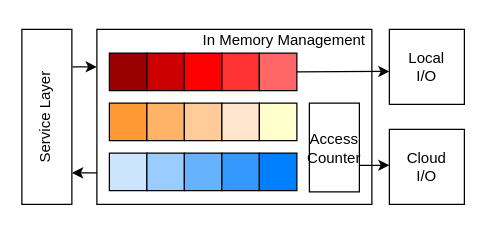
linqinluli/picture_draw keeps this draw.io diagram as 3m_paper/in_memory_management.drawio. Above is the earlier version. Source tidied: cells renumbered, new cells numbered last; positions are measured from the earlier drawing's top-left corner, leaving out a move shared by most shapes. Both pictures are drawn from the tidied source at 125%, with x=0, y=0 at pixel (21, 21).
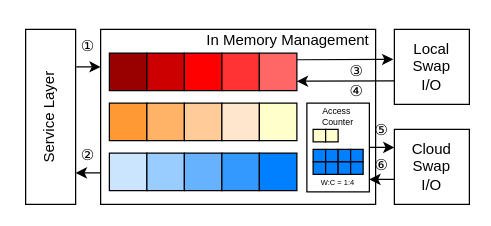
The same diagram, later.

The change refers to these unchanged cells:
```xml
<mxCell id="8" style="rounded=0;whiteSpace=wrap;html=1;fillColor=#FF6666;" parent="1" vertex="1">
  <mxGeometry x="190" y="25" width="30" height="30" as="geometry" />
</mxCell>
```

The edit, as a diff of the source:
```diff
@@
     <mxCell id="2" value="Service Layer" style="rounded=0;whiteSpace=wrap;html=1;textDirection=vertical-rl;rotation=-180;" parent="1" vertex="1">
-      <mxGeometry y="6" width="40" height="140" as="geometry" />
+      <mxGeometry x="3" y="6" width="40" height="140" as="geometry" />
     </mxCell>
     <mxCell id="3" style="rounded=0;whiteSpace=wrap;html=1;" parent="1" vertex="1">
-      <mxGeometry x="60" y="6" width="220" height="140" as="geometry" />
+      <mxGeometry x="63" y="6" width="220" height="140" as="geometry" />
     </mxCell>
@@
     <mxCell id="19" value="In Memory Management" style="text;html=1;align=center;verticalAlign=middle;whiteSpace=wrap;rounded=0;" parent="1" vertex="1">
-      <mxGeometry x="140" width="140" height="30" as="geometry" />
+      <mxGeometry x="143" width="140" height="30" as="geometry" />
     </mxCell>
     <mxCell id="20" style="rounded=0;whiteSpace=wrap;html=1;" parent="1" vertex="1">
-      <mxGeometry x="230" y="65" width="40" height="71" as="geometry" />
+      <mxGeometry x="228" y="65" width="50" height="71" as="geometry" />
     </mxCell>
-    <mxCell id="21" value="Access Counter" style="text;html=1;align=center;verticalAlign=middle;whiteSpace=wrap;rounded=0;" parent="1" vertex="1">
-      <mxGeometry x="220" y="85.5" width="60" height="30" as="geometry" />
+    <mxCell id="21" value="Access&amp;nbsp;&lt;div&gt;Counter&lt;/div&gt;" style="text;html=1;align=center;verticalAlign=middle;whiteSpace=wrap;rounded=0;fontSize=7;" parent="1" vertex="1">
+      <mxGeometry x="223" y="61" width="60" height="30" as="geometry" />
     </mxCell>
-    <mxCell id="22" value="Local&lt;div&gt;I/O&lt;/div&gt;" style="rounded=0;whiteSpace=wrap;html=1;" parent="1" vertex="1">
-      <mxGeometry x="294" y="6" width="60" height="60" as="geometry" />
+    <mxCell id="22" value="Local&lt;div&gt;Swap&lt;br&gt;&lt;div&gt;I/O&lt;/div&gt;&lt;/div&gt;" style="rounded=0;whiteSpace=wrap;html=1;" parent="1" vertex="1">
+      <mxGeometry x="298" y="6" width="60" height="60" as="geometry" />
     </mxCell>
-    <mxCell id="23" value="Cloud&lt;div&gt;I/O&lt;/div&gt;" style="rounded=0;whiteSpace=wrap;html=1;" parent="1" vertex="1">
-      <mxGeometry x="294" y="86" width="60" height="60" as="geometry" />
+    <mxCell id="23" value="Cloud&lt;div&gt;Swap&lt;br&gt;&lt;div&gt;I/O&lt;/div&gt;&lt;/div&gt;" style="rounded=0;whiteSpace=wrap;html=1;" parent="1" vertex="1">
+      <mxGeometry x="298" y="86" width="60" height="60" as="geometry" />
     </mxCell>
     <mxCell id="24" style="endArrow=classic;html=1;rounded=0;exitX=-0.011;exitY=0.786;exitDx=0;exitDy=0;exitPerimeter=0;" parent="1" edge="1" source="2">
       <mxGeometry relative="1" as="geometry">
-        <mxPoint x="60" y="36" as="targetPoint" />
+        <mxPoint x="63" y="36" as="targetPoint" />
       </mxGeometry>
     </mxCell>
@@
-    <mxCell id="26" style="endArrow=classic;html=1;rounded=0;entryX=0.001;entryY=0.561;entryDx=0;entryDy=0;exitX=1;exitY=0.5;exitDx=0;exitDy=0;entryPerimeter=0;" parent="1" edge="1" source="8" target="22">
-      <mxGeometry relative="1" as="geometry" />
+    <mxCell id="26" style="endArrow=classic;html=1;rounded=0;entryX=0.001;entryY=0.561;entryDx=0;entryDy=0;exitX=1;exitY=0.5;exitDx=0;exitDy=0;entryPerimeter=0;" parent="1" edge="1">
+      <mxGeometry relative="1" as="geometry">
+        <mxPoint x="220" y="30.3" as="sourcePoint" />
+        <mxPoint x="297.1" y="30" as="targetPoint" />
+      </mxGeometry>
     </mxCell>
-    <mxCell id="27" style="endArrow=classic;html=1;rounded=0;entryX=0.001;entryY=0.479;entryDx=0;entryDy=0;exitX=0.841;exitY=0.974;exitDx=0;exitDy=0;entryPerimeter=0;exitPerimeter=0;" parent="1" edge="1" source="21" target="23">
-      <mxGeometry relative="1" as="geometry" />
+    <mxCell id="27" style="endArrow=classic;html=1;rounded=0;" parent="1" edge="1">
+      <mxGeometry relative="1" as="geometry">
+        <mxPoint x="278" y="100.4" as="sourcePoint" />
+        <mxPoint x="298" y="100.4" as="targetPoint" />
+      </mxGeometry>
     </mxCell>
+    <mxCell id="28" style="endArrow=classic;html=1;rounded=0;entryX=1;entryY=0.75;entryDx=0;entryDy=0;exitX=0.008;exitY=0.688;exitDx=0;exitDy=0;exitPerimeter=0;" parent="1" edge="1" source="22" target="8">
+      <mxGeometry relative="1" as="geometry" />
+    </mxCell>
+    <mxCell id="29" style="endArrow=classic;html=1;rounded=0;" parent="1" edge="1">
+      <mxGeometry relative="1" as="geometry">
+        <mxPoint x="298" y="126" as="sourcePoint" />
+        <mxPoint x="278" y="126" as="targetPoint" />
+      </mxGeometry>
+    </mxCell>
+    <mxCell id="30" style="whiteSpace=wrap;html=1;fillColor=#ffffcc;" parent="1" vertex="1">
+      <mxGeometry x="233" y="86" width="10" height="10" as="geometry" />
+    </mxCell>
+    <mxCell id="31" style="whiteSpace=wrap;html=1;fillColor=#ffffcc;" parent="1" vertex="1">
+      <mxGeometry x="243" y="86" width="10" height="10" as="geometry" />
+    </mxCell>
+    <mxCell id="32" style="whiteSpace=wrap;html=1;fillColor=#007fff;" parent="1" vertex="1">
+      <mxGeometry x="233" y="102" width="10" height="10" as="geometry" />
+    </mxCell>
+    <mxCell id="33" style="whiteSpace=wrap;html=1;fillColor=#007fff;" parent="1" vertex="1">
+      <mxGeometry x="243" y="102" width="10" height="10" as="geometry" />
+    </mxCell>
+    <mxCell id="34" style="whiteSpace=wrap;html=1;fillColor=#007fff;" parent="1" vertex="1">
+      <mxGeometry x="253" y="102" width="10" height="10" as="geometry" />
+    </mxCell>
+    <mxCell id="35" style="whiteSpace=wrap;html=1;fillColor=#007fff;" parent="1" vertex="1">
+      <mxGeometry x="263" y="102" width="10" height="10" as="geometry" />
+    </mxCell>
+    <mxCell id="36" style="whiteSpace=wrap;html=1;fillColor=#007fff;" parent="1" vertex="1">
+      <mxGeometry x="233" y="112" width="10" height="10" as="geometry" />
+    </mxCell>
+    <mxCell id="37" style="whiteSpace=wrap;html=1;fillColor=#007fff;" parent="1" vertex="1">
+      <mxGeometry x="243" y="112" width="10" height="10" as="geometry" />
+    </mxCell>
+    <mxCell id="38" style="whiteSpace=wrap;html=1;fillColor=#007fff;" parent="1" vertex="1">
+      <mxGeometry x="253" y="112" width="10" height="10" as="geometry" />
+    </mxCell>
+    <mxCell id="39" style="whiteSpace=wrap;html=1;fillColor=#007fff;" parent="1" vertex="1">
+      <mxGeometry x="263" y="112" width="10" height="10" as="geometry" />
+    </mxCell>
+    <mxCell id="40" value="&lt;font style=&quot;font-size: 6px;&quot;&gt;W:C = 1:4&lt;/font&gt;" style="text;html=1;align=center;verticalAlign=middle;whiteSpace=wrap;rounded=0;" parent="1" vertex="1">
+      <mxGeometry x="223" y="112" width="60" height="30" as="geometry" />
+    </mxCell>
+    <mxCell id="41" value="①" style="text;html=1;align=center;verticalAlign=middle;whiteSpace=wrap;rounded=0;" parent="1" vertex="1">
+      <mxGeometry x="43" y="10" width="20" height="20" as="geometry" />
+    </mxCell>
+    <mxCell id="42" value="②" style="text;html=1;align=center;verticalAlign=middle;whiteSpace=wrap;rounded=0;" parent="1" vertex="1">
+      <mxGeometry x="43" y="97" width="20" height="20" as="geometry" />
+    </mxCell>
+    <mxCell id="43" value="③" style="text;html=1;align=center;verticalAlign=middle;whiteSpace=wrap;rounded=0;" parent="1" vertex="1">
+      <mxGeometry x="258" y="30" width="20" height="20" as="geometry" />
+    </mxCell>
+    <mxCell id="44" value="④" style="text;html=1;align=center;verticalAlign=middle;whiteSpace=wrap;rounded=0;" parent="1" vertex="1">
+      <mxGeometry x="258" y="46" width="20" height="20" as="geometry" />
+    </mxCell>
+    <mxCell id="45" value="⑤" style="text;html=1;align=center;verticalAlign=middle;whiteSpace=wrap;rounded=0;" parent="1" vertex="1">
+      <mxGeometry x="278" y="77" width="20" height="20" as="geometry" />
+    </mxCell>
+    <mxCell id="46" value="⑥" style="text;html=1;align=center;verticalAlign=middle;whiteSpace=wrap;rounded=0;" parent="1" vertex="1">
+      <mxGeometry x="278" y="105" width="20" height="20" as="geometry" />
+    </mxCell>
```
